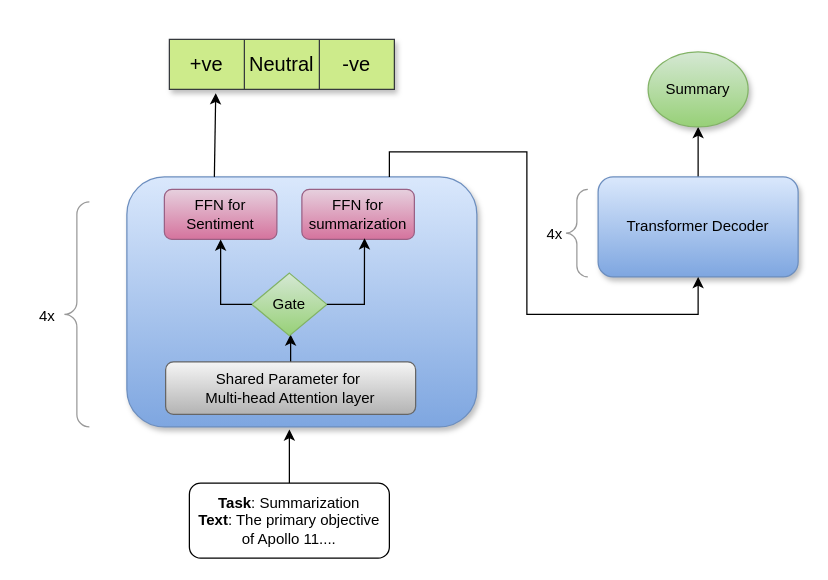
Before: transformer_isro.drawio in babangain/drawio, a draw.io diagram. Source tidied: cells renumbered, new cells numbered last; positions are measured from the earlier drawing's top-left corner, leaving out a move shared by most shapes. Both pictures are drawn from the tidied source at 125%, with x=0, y=0 at pixel (21, 39).
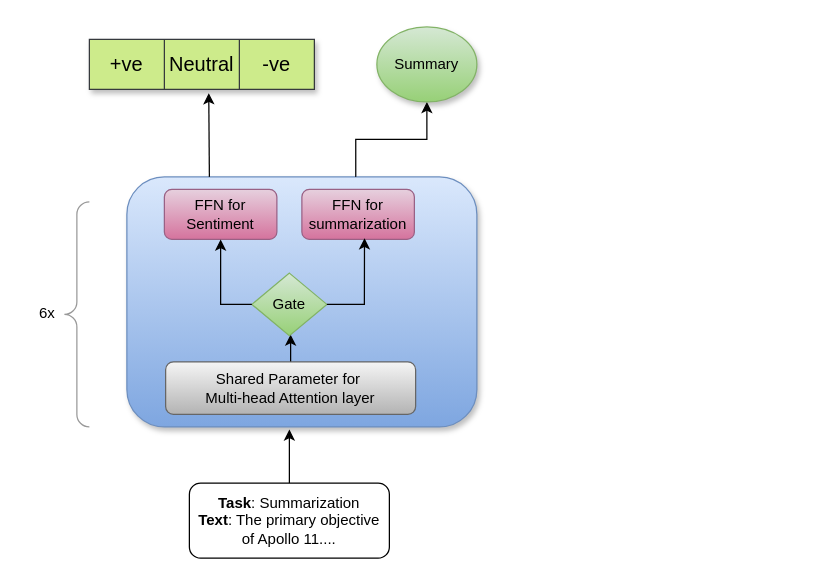
The same page after the edit.

Unchanged cells that the change refers to:
```xml
<mxCell id="2" value="&lt;div&gt;&lt;br&gt;&lt;/div&gt;" style="rounded=1;whiteSpace=wrap;html=1;shadow=1;glass=0;fillColor=#dae8fc;strokeColor=#6c8ebf;gradientColor=#7ea6e0;" parent="1" vertex="1">
  <mxGeometry x="84" y="110" width="280" height="200" as="geometry" />
</mxCell>
<mxCell id="7" style="shape=tableRow;horizontal=0;startSize=0;swimlaneHead=0;swimlaneBody=0;strokeColor=inherit;top=0;left=0;bottom=0;right=0;fillColor=none;points=[[0,0.5],[1,0.5]];portConstraint=eastwest;fontSize=16;" parent="6" vertex="1">
  <mxGeometry width="180" height="40" as="geometry" />
</mxCell>
```

The edit, as a diff of the source:
```diff
@@
-    <mxCell id="3" style="edgeStyle=orthogonalEdgeStyle;rounded=0;jettySize=auto;html=1;" parent="1" edge="1" source="4" target="12">
+    <mxCell id="3" style="edgeStyle=orthogonalEdgeStyle;rounded=0;jettySize=auto;html=1;exitX=0.654;exitY=0;exitDx=0;exitDy=0;exitPerimeter=0;" parent="1" edge="1" source="2" target="12">
       <mxGeometry relative="1" as="geometry" />
     </mxCell>
-    <mxCell id="4" value="&lt;div&gt;Transformer Decoder&lt;/div&gt;" style="rounded=1;whiteSpace=wrap;html=1;shadow=1;fillColor=#dae8fc;strokeColor=#6c8ebf;gradientColor=#7ea6e0;" parent="1" vertex="1">
-      <mxGeometry x="461" y="110" width="160" height="80" as="geometry" />
-    </mxCell>
-    <mxCell id="5" style="endArrow=classic;html=1;rounded=0;exitX=0.75;exitY=0;exitDx=0;exitDy=0;entryX=0.5;entryY=1;entryDx=0;entryDy=0;" parent="1" edge="1" source="2" target="4">
-      <mxGeometry relative="1" as="geometry">
-        <Array as="points">
-          <mxPoint x="294" y="90" />
-          <mxPoint x="404" y="90" />
-          <mxPoint x="404" y="160" />
-          <mxPoint x="404" y="220" />
-          <mxPoint x="541" y="220" />
-        </Array>
-      </mxGeometry>
-    </mxCell>
     <mxCell id="6" style="shape=table;startSize=0;childLayout=tableLayout;fontSize=16;rounded=1;shadow=1;fillColor=#cdeb8b;strokeColor=#36393d;" parent="1" vertex="1">
-      <mxGeometry x="118" width="180" height="40" as="geometry" />
+      <mxGeometry x="54" width="180" height="40" as="geometry" />
     </mxCell>
@@
-    <mxCell id="11" style="endArrow=classic;html=1;rounded=0;entryX=0.206;entryY=1.075;entryDx=0;entryDy=0;entryPerimeter=0;exitX=0.25;exitY=0;exitDx=0;exitDy=0;" parent="1" edge="1" source="2" target="7">
-      <mxGeometry relative="1" as="geometry" />
+    <mxCell id="11" style="endArrow=classic;html=1;rounded=0;entryX=0.206;entryY=1.075;entryDx=0;entryDy=0;entryPerimeter=0;" parent="1" edge="1">
+      <mxGeometry relative="1" as="geometry">
+        <mxPoint x="150" y="110" as="sourcePoint" />
+        <mxPoint x="149.5" y="43" as="targetPoint" />
+      </mxGeometry>
     </mxCell>
     <mxCell id="12" value="Summary" style="ellipse;whiteSpace=wrap;html=1;shadow=1;fillColor=#d5e8d4;gradientColor=#97d077;strokeColor=#82b366;" parent="1" vertex="1">
-      <mxGeometry x="501" y="10" width="80" height="60" as="geometry" />
+      <mxGeometry x="284" y="-10" width="80" height="60" as="geometry" />
     </mxCell>
@@
-    <mxCell id="23" value="4x" style="text;html=1;align=center;verticalAlign=middle;strokeColor=none;fillColor=none;" parent="1" vertex="1">
-      <mxGeometry y="207" width="40" height="30" as="geometry" />
+    <mxCell id="23" value="6x" style="text;html=1;align=center;verticalAlign=middle;strokeColor=none;fillColor=none;" parent="1" vertex="1">
+      <mxGeometry y="204" width="40" height="30" as="geometry" />
     </mxCell>
-    <mxCell id="24" style="labelPosition=right;align=left;strokeWidth=1;shape=mxgraph.mockup.markup.curlyBrace;html=1;shadow=0;dashed=0;strokeColor=#999999;direction=north;" parent="1" vertex="1">
-      <mxGeometry x="434" y="120" width="20" height="70" as="geometry" />
-    </mxCell>
-    <mxCell id="25" value="4x" style="text;html=1;align=center;verticalAlign=middle;strokeColor=none;fillColor=none;" parent="1" vertex="1">
-      <mxGeometry x="406" y="141" width="40" height="30" as="geometry" />
-    </mxCell>
```
